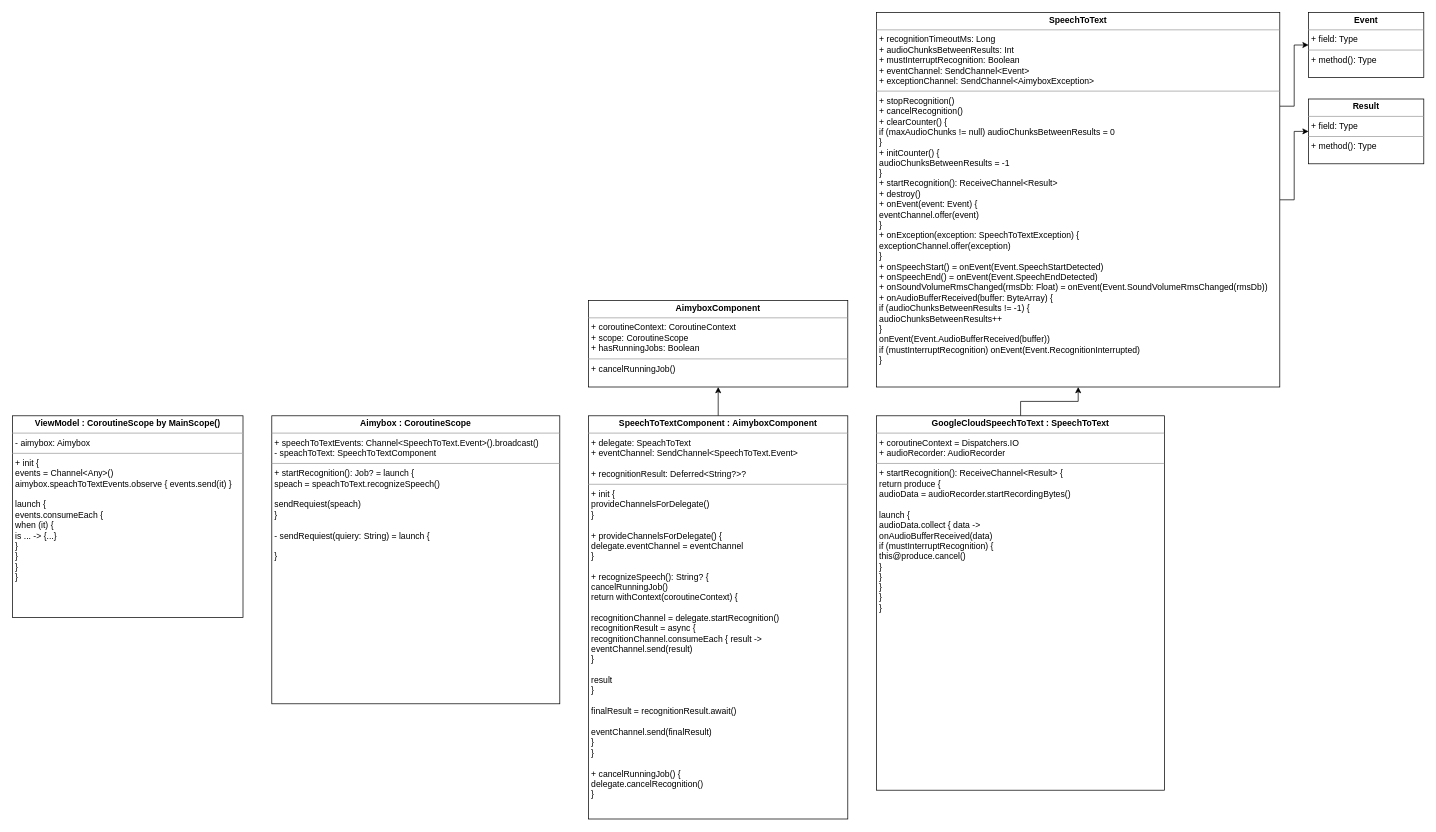
Before: AudioRecord.drawio in ShiryaevNikolay/diagrams, a draw.io diagram. Source tidied: cells renumbered, new cells numbered last; positions are measured from the earlier drawing's top-left corner, leaving out a move shared by most shapes. Both pictures are drawn from the tidied source at 72%, with x=0, y=0 at pixel (12, 12).
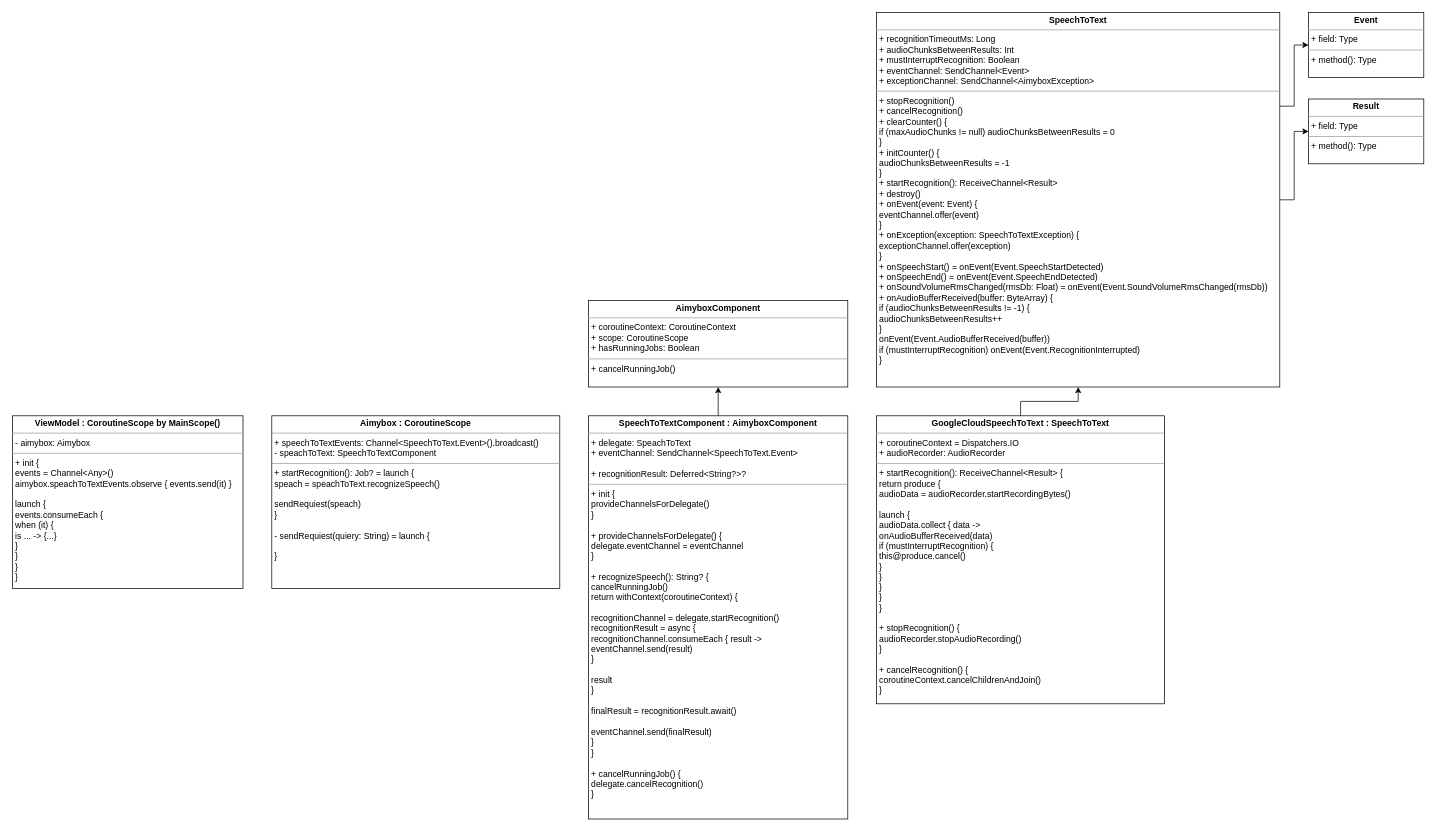
The same page after the edit.

Diff of the diagram source:
```diff
@@
 <mxGraphModel>
   <root>
     <mxCell id="0" />
     <mxCell id="1" parent="0" />
     <mxCell id="2" value="&lt;p style=&quot;margin:0px;margin-top:4px;text-align:center;&quot;&gt;&lt;b&gt;ViewModel :&amp;nbsp;&lt;/b&gt;&lt;b style=&quot;background-color: initial;&quot;&gt;CoroutineScope by MainScope()&lt;/b&gt;&lt;/p&gt;&lt;hr size=&quot;1&quot;&gt;&lt;p style=&quot;margin:0px;margin-left:4px;&quot;&gt;-&amp;nbsp;aimybox: Aimybox&lt;/p&gt;&lt;hr size=&quot;1&quot;&gt;&lt;p style=&quot;margin:0px;margin-left:4px;&quot;&gt;+ init {&lt;/p&gt;&lt;p style=&quot;margin:0px;margin-left:4px;&quot;&gt;events = Channel&amp;lt;Any&amp;gt;()&lt;/p&gt;&lt;p style=&quot;margin:0px;margin-left:4px;&quot;&gt;aimybox.speachToTextEvents.observe { events.send(it) }&lt;br&gt;&lt;/p&gt;&lt;p style=&quot;margin:0px;margin-left:4px;&quot;&gt;&lt;br&gt;&lt;/p&gt;&lt;p style=&quot;margin:0px;margin-left:4px;&quot;&gt;launch {&lt;/p&gt;&lt;p style=&quot;margin:0px;margin-left:4px;&quot;&gt;events.consumeEach {&lt;/p&gt;&lt;p style=&quot;margin:0px;margin-left:4px;&quot;&gt;when (it) {&lt;/p&gt;&lt;p style=&quot;margin:0px;margin-left:4px;&quot;&gt;is ... -&amp;gt; {...}&lt;/p&gt;&lt;p style=&quot;margin:0px;margin-left:4px;&quot;&gt;}&lt;/p&gt;&lt;p style=&quot;margin:0px;margin-left:4px;&quot;&gt;}&lt;/p&gt;&lt;p style=&quot;margin:0px;margin-left:4px;&quot;&gt;}&lt;/p&gt;&lt;p style=&quot;margin:0px;margin-left:4px;&quot;&gt;}&lt;/p&gt;" style="verticalAlign=top;align=left;overflow=fill;fontSize=12;fontFamily=Helvetica;html=1;" parent="1" vertex="1">
-      <mxGeometry y="560" width="320" height="280" as="geometry" />
+      <mxGeometry y="560" width="320" height="240" as="geometry" />
     </mxCell>
     <mxCell id="3" value="&lt;p style=&quot;margin:0px;margin-top:4px;text-align:center;&quot;&gt;&lt;b&gt;Aimybox&amp;nbsp;&lt;/b&gt;&lt;b style=&quot;background-color: initial;&quot;&gt;: CoroutineScope&lt;/b&gt;&lt;/p&gt;&lt;hr size=&quot;1&quot;&gt;&lt;p style=&quot;margin:0px;margin-left:4px;&quot;&gt;+&amp;nbsp;speechToTextEvents: Channel&amp;lt;SpeechToText.Event&amp;gt;().broadcast()&lt;/p&gt;&lt;p style=&quot;margin:0px;margin-left:4px;&quot;&gt;- speachToText: SpeechToTextComponent&lt;/p&gt;&lt;hr size=&quot;1&quot;&gt;&lt;p style=&quot;margin:0px;margin-left:4px;&quot;&gt;+ startRecognition(): Job? =&amp;nbsp;&lt;span style=&quot;background-color: initial;&quot;&gt;launch {&lt;/span&gt;&lt;/p&gt;&lt;p style=&quot;margin:0px;margin-left:4px;&quot;&gt;speach =&amp;nbsp;speachToText.recognizeSpeech()&lt;/p&gt;&lt;p style=&quot;margin:0px;margin-left:4px;&quot;&gt;&lt;br&gt;&lt;/p&gt;&lt;p style=&quot;margin:0px;margin-left:4px;&quot;&gt;sendRequiest(speach)&lt;/p&gt;&lt;p style=&quot;margin:0px;margin-left:4px;&quot;&gt;}&lt;/p&gt;&lt;p style=&quot;margin:0px;margin-left:4px;&quot;&gt;&lt;br&gt;&lt;/p&gt;&lt;p style=&quot;margin:0px;margin-left:4px;&quot;&gt;- sendRequiest(quiery: String) = launch {&lt;/p&gt;&lt;p style=&quot;margin:0px;margin-left:4px;&quot;&gt;&lt;br&gt;&lt;/p&gt;&lt;p style=&quot;margin:0px;margin-left:4px;&quot;&gt;}&lt;/p&gt;" style="verticalAlign=top;align=left;overflow=fill;fontSize=12;fontFamily=Helvetica;html=1;" parent="1" vertex="1">
-      <mxGeometry x="360" y="560" width="400" height="400" as="geometry" />
+      <mxGeometry x="360" y="560" width="400" height="240" as="geometry" />
     </mxCell>
     <mxCell id="4" style="edgeStyle=orthogonalEdgeStyle;rounded=0;jettySize=auto;html=1;" parent="1" edge="1" source="5" target="6">
       <mxGeometry relative="1" as="geometry" />
     </mxCell>
     <mxCell id="5" value="&lt;p style=&quot;margin:0px;margin-top:4px;text-align:center;&quot;&gt;&lt;b&gt;SpeechToTextComponent :&amp;nbsp;&lt;/b&gt;&lt;b style=&quot;background-color: initial;&quot;&gt;AimyboxComponent&lt;/b&gt;&lt;/p&gt;&lt;hr size=&quot;1&quot;&gt;&lt;p style=&quot;margin:0px;margin-left:4px;&quot;&gt;+ delegate: SpeachToText&lt;/p&gt;&lt;p style=&quot;margin:0px;margin-left:4px;&quot;&gt;+&amp;nbsp;eventChannel: SendChannel&amp;lt;SpeechToText.Event&amp;gt;&lt;/p&gt;&lt;p style=&quot;margin:0px;margin-left:4px;&quot;&gt;&lt;br&gt;&lt;/p&gt;&lt;p style=&quot;margin:0px;margin-left:4px;&quot;&gt;+&amp;nbsp;recognitionResult:&amp;nbsp;Deferred&amp;lt;String?&amp;gt;?&lt;/p&gt;&lt;hr size=&quot;1&quot;&gt;&lt;p style=&quot;margin:0px;margin-left:4px;&quot;&gt;+ init {&lt;/p&gt;&lt;p style=&quot;margin:0px;margin-left:4px;&quot;&gt;provideChannelsForDelegate()&lt;br&gt;&lt;/p&gt;&lt;p style=&quot;margin:0px;margin-left:4px;&quot;&gt;}&lt;/p&gt;&lt;p style=&quot;margin:0px;margin-left:4px;&quot;&gt;&lt;br&gt;&lt;/p&gt;&lt;p style=&quot;margin:0px;margin-left:4px;&quot;&gt;+&amp;nbsp;provideChannelsForDelegate() {&lt;/p&gt;&lt;p style=&quot;margin:0px;margin-left:4px;&quot;&gt;delegate.eventChannel = eventChannel&lt;br&gt;&lt;/p&gt;&lt;p style=&quot;margin:0px;margin-left:4px;&quot;&gt;}&lt;/p&gt;&lt;p style=&quot;margin:0px;margin-left:4px;&quot;&gt;&lt;br&gt;&lt;/p&gt;&lt;p style=&quot;margin:0px;margin-left:4px;&quot;&gt;+&amp;nbsp;recognizeSpeech(): String? {&lt;/p&gt;&lt;p style=&quot;margin:0px;margin-left:4px;&quot;&gt;cancelRunningJob()&lt;br&gt;&lt;/p&gt;&lt;p style=&quot;margin:0px;margin-left:4px;&quot;&gt;return withContext(coroutineContext) {&lt;br&gt;&lt;/p&gt;&lt;p style=&quot;margin:0px;margin-left:4px;&quot;&gt;&lt;br&gt;&lt;/p&gt;&lt;p style=&quot;margin:0px;margin-left:4px;&quot;&gt;recognitionChannel = delegate.startRecognition()&lt;br&gt;&lt;/p&gt;&lt;p style=&quot;margin:0px;margin-left:4px;&quot;&gt;recognitionResult = async {&lt;/p&gt;&lt;p style=&quot;margin:0px;margin-left:4px;&quot;&gt;recognitionChannel.consumeEach { result -&amp;gt;&lt;br&gt;&lt;/p&gt;&lt;p style=&quot;margin:0px;margin-left:4px;&quot;&gt;eventChannel.send(result)&lt;/p&gt;&lt;p style=&quot;margin:0px;margin-left:4px;&quot;&gt;}&lt;/p&gt;&lt;p style=&quot;margin:0px;margin-left:4px;&quot;&gt;&lt;br&gt;&lt;/p&gt;&lt;p style=&quot;margin:0px;margin-left:4px;&quot;&gt;result&lt;/p&gt;&lt;p style=&quot;margin:0px;margin-left:4px;&quot;&gt;}&lt;/p&gt;&lt;p style=&quot;margin:0px;margin-left:4px;&quot;&gt;&lt;br&gt;&lt;/p&gt;&lt;p style=&quot;margin:0px;margin-left:4px;&quot;&gt;finalResult =&amp;nbsp;recognitionResult.await()&lt;/p&gt;&lt;p style=&quot;margin:0px;margin-left:4px;&quot;&gt;&lt;br&gt;&lt;/p&gt;&lt;p style=&quot;margin:0px;margin-left:4px;&quot;&gt;eventChannel.send(finalResult)&lt;/p&gt;&lt;p style=&quot;margin:0px;margin-left:4px;&quot;&gt;}&lt;/p&gt;&lt;p style=&quot;margin:0px;margin-left:4px;&quot;&gt;}&lt;/p&gt;&lt;p style=&quot;margin:0px;margin-left:4px;&quot;&gt;&lt;br&gt;&lt;/p&gt;&lt;p style=&quot;margin:0px;margin-left:4px;&quot;&gt;+&amp;nbsp;cancelRunningJob() {&lt;/p&gt;&lt;p style=&quot;margin:0px;margin-left:4px;&quot;&gt;delegate.cancelRecognition()&lt;/p&gt;&lt;p style=&quot;margin:0px;margin-left:4px;&quot;&gt;}&lt;/p&gt;" style="verticalAlign=top;align=left;overflow=fill;fontSize=12;fontFamily=Helvetica;html=1;" parent="1" vertex="1">
       <mxGeometry x="800" y="560" width="360" height="560" as="geometry" />
     </mxCell>
     <mxCell id="6" value="&lt;p style=&quot;margin:0px;margin-top:4px;text-align:center;&quot;&gt;&lt;b&gt;AimyboxComponent&lt;/b&gt;&lt;br&gt;&lt;/p&gt;&lt;hr size=&quot;1&quot;&gt;&lt;p style=&quot;margin:0px;margin-left:4px;&quot;&gt;+ coroutineContext:&amp;nbsp;CoroutineContext&lt;/p&gt;&lt;p style=&quot;margin:0px;margin-left:4px;&quot;&gt;+&amp;nbsp;scope: CoroutineScope&lt;/p&gt;&lt;p style=&quot;margin:0px;margin-left:4px;&quot;&gt;+&amp;nbsp;hasRunningJobs: Boolean&lt;/p&gt;&lt;hr size=&quot;1&quot;&gt;&lt;p style=&quot;margin:0px;margin-left:4px;&quot;&gt;+ cancelRunningJob()&lt;/p&gt;" style="verticalAlign=top;align=left;overflow=fill;fontSize=12;fontFamily=Helvetica;html=1;" parent="1" vertex="1">
       <mxGeometry x="800" y="400" width="360" height="120" as="geometry" />
     </mxCell>
     <mxCell id="7" style="edgeStyle=orthogonalEdgeStyle;rounded=0;jettySize=auto;html=1;" parent="1" edge="1" source="8" target="11">
       <mxGeometry relative="1" as="geometry" />
     </mxCell>
-    <mxCell id="8" value="&lt;p style=&quot;margin:0px;margin-top:4px;text-align:center;&quot;&gt;&lt;b&gt;GoogleCloudSpeechToText :&amp;nbsp;&lt;/b&gt;&lt;b style=&quot;background-color: initial;&quot;&gt;SpeechToText&lt;/b&gt;&lt;/p&gt;&lt;hr size=&quot;1&quot;&gt;&lt;p style=&quot;margin:0px;margin-left:4px;&quot;&gt;+ coroutineContext = Dispatchers.IO&lt;/p&gt;&lt;p style=&quot;margin:0px;margin-left:4px;&quot;&gt;+&amp;nbsp;audioRecorder: AudioRecorder&lt;/p&gt;&lt;hr size=&quot;1&quot;&gt;&lt;p style=&quot;margin:0px;margin-left:4px;&quot;&gt;+ startRecognition(): ReceiveChannel&amp;lt;Result&amp;gt; {&lt;/p&gt;&lt;p style=&quot;margin:0px;margin-left:4px;&quot;&gt;return&amp;nbsp;produce {&lt;/p&gt;&lt;p style=&quot;margin:0px;margin-left:4px;&quot;&gt;audioData = audioRecorder.startRecordingBytes()&lt;br&gt;&lt;/p&gt;&lt;p style=&quot;margin:0px;margin-left:4px;&quot;&gt;&lt;br&gt;&lt;/p&gt;&lt;p style=&quot;margin:0px;margin-left:4px;&quot;&gt;launch {&lt;/p&gt;&lt;p style=&quot;margin:0px;margin-left:4px;&quot;&gt;audioData.collect { data -&amp;gt;&lt;br&gt;&lt;/p&gt;&lt;p style=&quot;margin:0px;margin-left:4px;&quot;&gt;onAudioBufferReceived(data)&lt;br&gt;&lt;/p&gt;&lt;p style=&quot;margin:0px;margin-left:4px;&quot;&gt;if (mustInterruptRecognition) {&lt;br&gt;&lt;/p&gt;&lt;p style=&quot;margin:0px;margin-left:4px;&quot;&gt;this@produce.cancel()&lt;br&gt;&lt;/p&gt;&lt;p style=&quot;margin:0px;margin-left:4px;&quot;&gt;}&lt;/p&gt;&lt;p style=&quot;margin:0px;margin-left:4px;&quot;&gt;}&lt;/p&gt;&lt;p style=&quot;margin:0px;margin-left:4px;&quot;&gt;}&lt;/p&gt;&lt;p style=&quot;margin:0px;margin-left:4px;&quot;&gt;}&lt;/p&gt;&lt;p style=&quot;margin:0px;margin-left:4px;&quot;&gt;}&lt;/p&gt;" style="verticalAlign=top;align=left;overflow=fill;fontSize=12;fontFamily=Helvetica;html=1;" parent="1" vertex="1">
-      <mxGeometry x="1200" y="560" width="400" height="520" as="geometry" />
+    <mxCell id="8" value="&lt;p style=&quot;margin:0px;margin-top:4px;text-align:center;&quot;&gt;&lt;b&gt;GoogleCloudSpeechToText :&amp;nbsp;&lt;/b&gt;&lt;b style=&quot;background-color: initial;&quot;&gt;SpeechToText&lt;/b&gt;&lt;/p&gt;&lt;hr size=&quot;1&quot;&gt;&lt;p style=&quot;margin:0px;margin-left:4px;&quot;&gt;+ coroutineContext = Dispatchers.IO&lt;/p&gt;&lt;p style=&quot;margin:0px;margin-left:4px;&quot;&gt;+&amp;nbsp;audioRecorder: AudioRecorder&lt;/p&gt;&lt;hr size=&quot;1&quot;&gt;&lt;p style=&quot;margin:0px;margin-left:4px;&quot;&gt;+ startRecognition(): ReceiveChannel&amp;lt;Result&amp;gt; {&lt;/p&gt;&lt;p style=&quot;margin:0px;margin-left:4px;&quot;&gt;return&amp;nbsp;produce {&lt;/p&gt;&lt;p style=&quot;margin:0px;margin-left:4px;&quot;&gt;audioData = audioRecorder.startRecordingBytes()&lt;br&gt;&lt;/p&gt;&lt;p style=&quot;margin:0px;margin-left:4px;&quot;&gt;&lt;br&gt;&lt;/p&gt;&lt;p style=&quot;margin:0px;margin-left:4px;&quot;&gt;launch {&lt;/p&gt;&lt;p style=&quot;margin:0px;margin-left:4px;&quot;&gt;audioData.collect { data -&amp;gt;&lt;br&gt;&lt;/p&gt;&lt;p style=&quot;margin:0px;margin-left:4px;&quot;&gt;onAudioBufferReceived(data)&lt;br&gt;&lt;/p&gt;&lt;p style=&quot;margin:0px;margin-left:4px;&quot;&gt;if (mustInterruptRecognition) {&lt;br&gt;&lt;/p&gt;&lt;p style=&quot;margin:0px;margin-left:4px;&quot;&gt;this@produce.cancel()&lt;br&gt;&lt;/p&gt;&lt;p style=&quot;margin:0px;margin-left:4px;&quot;&gt;}&lt;/p&gt;&lt;p style=&quot;margin:0px;margin-left:4px;&quot;&gt;}&lt;/p&gt;&lt;p style=&quot;margin:0px;margin-left:4px;&quot;&gt;}&lt;/p&gt;&lt;p style=&quot;margin:0px;margin-left:4px;&quot;&gt;}&lt;/p&gt;&lt;p style=&quot;margin:0px;margin-left:4px;&quot;&gt;}&lt;/p&gt;&lt;p style=&quot;margin:0px;margin-left:4px;&quot;&gt;&lt;br&gt;&lt;/p&gt;&lt;p style=&quot;margin:0px;margin-left:4px;&quot;&gt;+&amp;nbsp;stopRecognition() {&lt;/p&gt;&lt;p style=&quot;margin:0px;margin-left:4px;&quot;&gt;audioRecorder.stopAudioRecording()&lt;br&gt;&lt;/p&gt;&lt;p style=&quot;margin:0px;margin-left:4px;&quot;&gt;}&lt;/p&gt;&lt;p style=&quot;margin:0px;margin-left:4px;&quot;&gt;&lt;br&gt;&lt;/p&gt;&lt;p style=&quot;margin:0px;margin-left:4px;&quot;&gt;+&amp;nbsp;cancelRecognition() {&lt;/p&gt;&lt;p style=&quot;margin:0px;margin-left:4px;&quot;&gt;coroutineContext.cancelChildrenAndJoin()&lt;br&gt;&lt;/p&gt;&lt;p style=&quot;margin:0px;margin-left:4px;&quot;&gt;}&lt;/p&gt;" style="verticalAlign=top;align=left;overflow=fill;fontSize=12;fontFamily=Helvetica;html=1;" parent="1" vertex="1">
+      <mxGeometry x="1200" y="560" width="400" height="400" as="geometry" />
     </mxCell>
     <mxCell id="9" style="edgeStyle=orthogonalEdgeStyle;rounded=0;jettySize=auto;html=1;exitX=1;exitY=0.25;exitDx=0;exitDy=0;entryX=0;entryY=0.5;entryDx=0;entryDy=0;" parent="1" edge="1" source="11" target="12">
       <mxGeometry relative="1" as="geometry" />
     </mxCell>
     <mxCell id="10" style="edgeStyle=orthogonalEdgeStyle;rounded=0;jettySize=auto;html=1;exitX=1;exitY=0.5;exitDx=0;exitDy=0;entryX=0;entryY=0.5;entryDx=0;entryDy=0;" parent="1" edge="1" source="11" target="13">
       <mxGeometry relative="1" as="geometry" />
     </mxCell>
     <mxCell id="11" value="&lt;p style=&quot;margin:0px;margin-top:4px;text-align:center;&quot;&gt;&lt;b&gt;SpeechToText&lt;/b&gt;&lt;br&gt;&lt;/p&gt;&lt;hr size=&quot;1&quot;&gt;&lt;p style=&quot;margin:0px;margin-left:4px;&quot;&gt;+ recognitionTimeoutMs: Long&lt;/p&gt;&lt;p style=&quot;margin:0px;margin-left:4px;&quot;&gt;+&amp;nbsp;audioChunksBetweenResults: Int&lt;/p&gt;&lt;p style=&quot;margin:0px;margin-left:4px;&quot;&gt;+&amp;nbsp;mustInterruptRecognition: Boolean&lt;/p&gt;&lt;p style=&quot;margin:0px;margin-left:4px;&quot;&gt;+&amp;nbsp;eventChannel: SendChannel&amp;lt;Event&amp;gt;&lt;/p&gt;&lt;p style=&quot;margin:0px;margin-left:4px;&quot;&gt;+&amp;nbsp;exceptionChannel: SendChannel&amp;lt;AimyboxException&amp;gt;&lt;/p&gt;&lt;hr size=&quot;1&quot;&gt;&lt;p style=&quot;margin:0px;margin-left:4px;&quot;&gt;+ stopRecognition()&lt;/p&gt;&lt;p style=&quot;margin:0px;margin-left:4px;&quot;&gt;+&amp;nbsp;cancelRecognition()&lt;/p&gt;&lt;p style=&quot;margin:0px;margin-left:4px;&quot;&gt;+&amp;nbsp;clearCounter() {&lt;/p&gt;&lt;p style=&quot;margin:0px;margin-left:4px;&quot;&gt;if (maxAudioChunks != null)&amp;nbsp;audioChunksBetweenResults = 0&lt;br&gt;&lt;/p&gt;&lt;p style=&quot;margin:0px;margin-left:4px;&quot;&gt;}&lt;/p&gt;&lt;p style=&quot;margin:0px;margin-left:4px;&quot;&gt;+&amp;nbsp;initCounter() {&lt;/p&gt;&lt;p style=&quot;margin:0px;margin-left:4px;&quot;&gt;audioChunksBetweenResults = -1&lt;br&gt;&lt;/p&gt;&lt;p style=&quot;margin:0px;margin-left:4px;&quot;&gt;}&lt;/p&gt;&lt;p style=&quot;margin:0px;margin-left:4px;&quot;&gt;+&amp;nbsp;startRecognition(): ReceiveChannel&amp;lt;Result&amp;gt;&lt;/p&gt;&lt;p style=&quot;margin:0px;margin-left:4px;&quot;&gt;+&amp;nbsp;destroy()&lt;/p&gt;&lt;p style=&quot;margin:0px;margin-left:4px;&quot;&gt;+&amp;nbsp;onEvent(event: Event) {&lt;/p&gt;&lt;p style=&quot;margin:0px;margin-left:4px;&quot;&gt;eventChannel.offer(event)&lt;br&gt;&lt;/p&gt;&lt;p style=&quot;margin:0px;margin-left:4px;&quot;&gt;}&lt;/p&gt;&lt;p style=&quot;margin:0px;margin-left:4px;&quot;&gt;+&amp;nbsp;onException(exception: SpeechToTextException) {&lt;/p&gt;&lt;p style=&quot;margin:0px;margin-left:4px;&quot;&gt;exceptionChannel.offer(exception)&lt;br&gt;&lt;/p&gt;&lt;p style=&quot;margin:0px;margin-left:4px;&quot;&gt;}&lt;/p&gt;&lt;p style=&quot;margin:0px;margin-left:4px;&quot;&gt;+&amp;nbsp;onSpeechStart() = onEvent(Event.SpeechStartDetected)&lt;/p&gt;&lt;p style=&quot;margin:0px;margin-left:4px;&quot;&gt;+&amp;nbsp;onSpeechEnd() = onEvent(Event.SpeechEndDetected)&lt;/p&gt;&lt;p style=&quot;margin:0px;margin-left:4px;&quot;&gt;+&amp;nbsp;onSoundVolumeRmsChanged(rmsDb: Float) =&amp;nbsp;onEvent(Event.SoundVolumeRmsChanged(rmsDb))&lt;/p&gt;&lt;p style=&quot;margin:0px;margin-left:4px;&quot;&gt;+&amp;nbsp;onAudioBufferReceived(buffer: ByteArray) {&lt;/p&gt;&lt;p style=&quot;margin:0px;margin-left:4px;&quot;&gt;if (audioChunksBetweenResults != -1) {&lt;br&gt;&lt;/p&gt;&lt;p style=&quot;margin:0px;margin-left:4px;&quot;&gt;audioChunksBetweenResults++&lt;br&gt;&lt;/p&gt;&lt;p style=&quot;margin:0px;margin-left:4px;&quot;&gt;}&lt;/p&gt;&lt;p style=&quot;margin:0px;margin-left:4px;&quot;&gt;onEvent(Event.AudioBufferReceived(buffer))&lt;br&gt;&lt;/p&gt;&lt;p style=&quot;margin:0px;margin-left:4px;&quot;&gt;if (mustInterruptRecognition) onEvent(Event.RecognitionInterrupted)&lt;br&gt;&lt;/p&gt;&lt;p style=&quot;margin:0px;margin-left:4px;&quot;&gt;}&lt;/p&gt;" style="verticalAlign=top;align=left;overflow=fill;fontSize=12;fontFamily=Helvetica;html=1;" parent="1" vertex="1">
       <mxGeometry x="1200" width="560" height="520" as="geometry" />
     </mxCell>
     <mxCell id="12" value="&lt;p style=&quot;margin:0px;margin-top:4px;text-align:center;&quot;&gt;&lt;b&gt;Event&lt;/b&gt;&lt;/p&gt;&lt;hr size=&quot;1&quot;&gt;&lt;p style=&quot;margin:0px;margin-left:4px;&quot;&gt;+ field: Type&lt;/p&gt;&lt;hr size=&quot;1&quot;&gt;&lt;p style=&quot;margin:0px;margin-left:4px;&quot;&gt;+ method(): Type&lt;/p&gt;" style="verticalAlign=top;align=left;overflow=fill;fontSize=12;fontFamily=Helvetica;html=1;" parent="1" vertex="1">
       <mxGeometry x="1800" width="160" height="90" as="geometry" />
     </mxCell>
     <mxCell id="13" value="&lt;p style=&quot;margin:0px;margin-top:4px;text-align:center;&quot;&gt;&lt;b&gt;Result&lt;/b&gt;&lt;br&gt;&lt;/p&gt;&lt;hr size=&quot;1&quot;&gt;&lt;p style=&quot;margin:0px;margin-left:4px;&quot;&gt;+ field: Type&lt;/p&gt;&lt;hr size=&quot;1&quot;&gt;&lt;p style=&quot;margin:0px;margin-left:4px;&quot;&gt;+ method(): Type&lt;/p&gt;" style="verticalAlign=top;align=left;overflow=fill;fontSize=12;fontFamily=Helvetica;html=1;" parent="1" vertex="1">
       <mxGeometry x="1800" y="120" width="160" height="90" as="geometry" />
     </mxCell>
   </root>
 </mxGraphModel>
```
